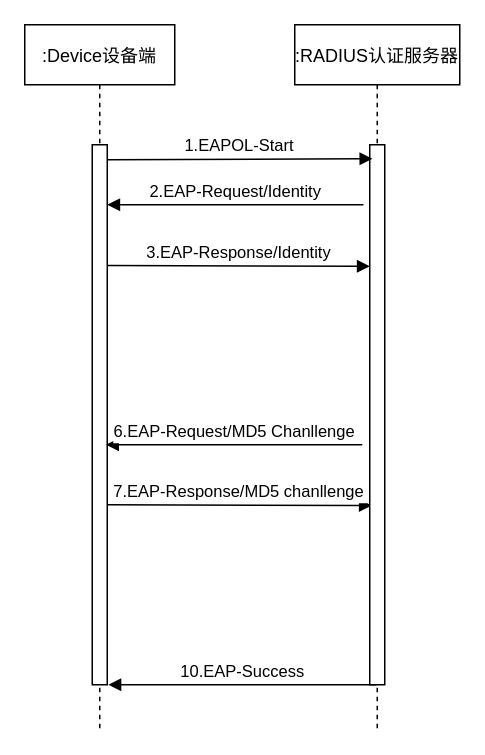
The draw.io diagram 计费报文流程图.drawio in PATORITU/PATORITU, before the edit. Source tidied: cells renumbered, new cells numbered last; positions are measured from the earlier drawing's top-left corner, leaving out a move shared by most shapes. Both pictures are drawn from the tidied source at 150%, with x=0, y=0 at pixel (24, 24).
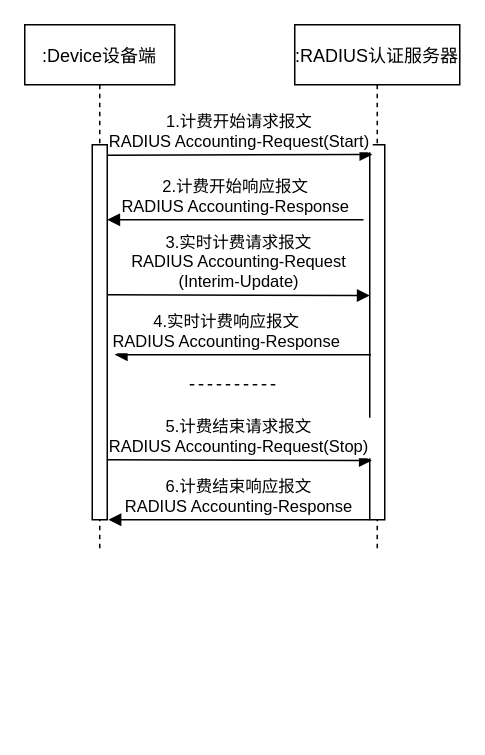
The same page after the edit.

Commit message:
更新计费报文流程图.drawio

The edit, as a diff of the source:
```diff
@@
 <mxGraphModel>
   <root>
     <mxCell id="0" />
     <mxCell id="1" parent="0" />
     <mxCell id="2" value=":Device设备端" style="shape=umlLifeline;perimeter=lifelinePerimeter;rounded=0;shadow=0;strokeWidth=1;" parent="1" vertex="1">
-      <mxGeometry width="100" height="470" as="geometry" />
+      <mxGeometry width="100" height="350" as="geometry" />
     </mxCell>
     <mxCell id="3" style="points=[];perimeter=orthogonalPerimeter;rounded=0;shadow=0;strokeWidth=1;" parent="2" vertex="1">
-      <mxGeometry x="45" y="80" width="10" height="360" as="geometry" />
+      <mxGeometry x="45" y="80" width="10" height="250" as="geometry" />
     </mxCell>
-    <mxCell id="4" value="6.EAP-Request/MD5 Chanllenge" style="verticalAlign=bottom;endArrow=block;shadow=0;strokeWidth=1;exitX=0.083;exitY=0.364;exitDx=0;exitDy=0;exitPerimeter=0;" parent="2" edge="1">
-      <mxGeometry relative="1" as="geometry">
-        <mxPoint x="225" y="280" as="sourcePoint" />
-        <mxPoint x="54.2" y="280" as="targetPoint" />
-      </mxGeometry>
-    </mxCell>
-    <mxCell id="5" value="7.EAP-Response/MD5 chanllenge" style="verticalAlign=bottom;endArrow=block;shadow=0;strokeWidth=1;entryX=0.137;entryY=0.668;entryDx=0;entryDy=0;entryPerimeter=0;" parent="2" edge="1" target="7">
-      <mxGeometry relative="1" as="geometry">
-        <mxPoint x="55" y="320" as="sourcePoint" />
-      </mxGeometry>
-    </mxCell>
     <mxCell id="6" value=":RADIUS认证服务器" style="shape=umlLifeline;perimeter=lifelinePerimeter;rounded=0;shadow=0;strokeWidth=1;" parent="1" vertex="1">
-      <mxGeometry x="180" width="110" height="470" as="geometry" />
+      <mxGeometry x="180" width="110" height="350" as="geometry" />
     </mxCell>
     <mxCell id="7" style="points=[];perimeter=orthogonalPerimeter;rounded=0;shadow=0;strokeWidth=1;" parent="6" vertex="1">
-      <mxGeometry x="50" y="80" width="10" height="360" as="geometry" />
+      <mxGeometry x="50" y="80" width="10" height="250" as="geometry" />
     </mxCell>
-    <mxCell id="8" value="3.EAP-Response/Identity" style="verticalAlign=bottom;endArrow=block;shadow=0;strokeWidth=1;" parent="6" edge="1">
-      <mxGeometry relative="1" as="geometry">
-        <mxPoint x="-125" y="160.5" as="sourcePoint" />
-        <mxPoint x="50" y="161" as="targetPoint" />
-      </mxGeometry>
-    </mxCell>
-    <mxCell id="9" value="1.EAPOL-Start" style="verticalAlign=bottom;endArrow=block;entryX=0.175;entryY=0.026;shadow=0;strokeWidth=1;exitX=1.032;exitY=0.028;exitDx=0;exitDy=0;exitPerimeter=0;entryDx=0;entryDy=0;entryPerimeter=0;" parent="1" edge="1" source="3" target="7">
+    <mxCell id="9" value="1.计费开始请求报文&#10;RADIUS Accounting-Request(Start)" style="verticalAlign=bottom;endArrow=block;entryX=0.175;entryY=0.026;shadow=0;strokeWidth=1;exitX=1.032;exitY=0.028;exitDx=0;exitDy=0;exitPerimeter=0;entryDx=0;entryDy=0;entryPerimeter=0;" parent="1" edge="1" source="3" target="7">
       <mxGeometry relative="1" as="geometry" />
     </mxCell>
-    <mxCell id="10" value="2.EAP-Request/Identity" style="verticalAlign=bottom;endArrow=block;shadow=0;strokeWidth=1;exitX=0.083;exitY=0.364;exitDx=0;exitDy=0;exitPerimeter=0;" parent="1" edge="1">
+    <mxCell id="10" value="2.计费开始响应报文&#10;RADIUS Accounting-Response" style="verticalAlign=bottom;endArrow=block;shadow=0;strokeWidth=1;exitX=0.083;exitY=0.364;exitDx=0;exitDy=0;exitPerimeter=0;" parent="1" edge="1">
       <mxGeometry relative="1" as="geometry">
-        <mxPoint x="225.8" y="120" as="sourcePoint" />
-        <mxPoint x="55" y="120" as="targetPoint" />
+        <mxPoint x="225.8" y="130" as="sourcePoint" />
+        <mxPoint x="55" y="130" as="targetPoint" />
       </mxGeometry>
     </mxCell>
-    <mxCell id="11" value="10.EAP-Success" style="verticalAlign=bottom;endArrow=block;shadow=0;strokeWidth=1;entryX=1.076;entryY=1;entryDx=0;entryDy=0;entryPerimeter=0;" parent="1" edge="1" source="6" target="3">
-      <mxGeometry relative="1" as="geometry" />
+    <mxCell id="11" value="6.计费结束响应报文&#10;RADIUS Accounting-Response" style="verticalAlign=bottom;endArrow=block;shadow=0;strokeWidth=1;entryX=1.076;entryY=1;entryDx=0;entryDy=0;entryPerimeter=0;" parent="1" edge="1">
+      <mxGeometry relative="1" as="geometry">
+        <mxPoint x="230" y="330" as="sourcePoint" />
+        <mxPoint x="55.8" y="330" as="targetPoint" />
+      </mxGeometry>
     </mxCell>
+    <mxCell id="4" value="4.实时计费响应报文&#10;RADIUS Accounting-Response" style="verticalAlign=bottom;endArrow=block;shadow=0;strokeWidth=1;exitX=0.083;exitY=0.364;exitDx=0;exitDy=0;exitPerimeter=0;" parent="1" edge="1">
+      <mxGeometry x="0.12" relative="1" as="geometry">
+        <mxPoint x="230.8" y="220" as="sourcePoint" />
+        <mxPoint x="60" y="220" as="targetPoint" />
+      </mxGeometry>
+    </mxCell>
+    <mxCell id="8" value="3.实时计费请求报文&#10;RADIUS Accounting-Request&#10;(Interim-Update)" style="verticalAlign=bottom;endArrow=block;shadow=0;strokeWidth=1;" parent="1" edge="1">
+      <mxGeometry relative="1" as="geometry">
+        <mxPoint x="55" y="180" as="sourcePoint" />
+        <mxPoint x="230" y="180.5" as="targetPoint" />
+      </mxGeometry>
+    </mxCell>
+    <mxCell id="5" value="5.计费结束请求报文&#10;RADIUS Accounting-Request(Stop)" style="verticalAlign=bottom;endArrow=block;shadow=0;strokeWidth=1;entryX=0.137;entryY=0.668;entryDx=0;entryDy=0;entryPerimeter=0;" parent="1" edge="1">
+      <mxGeometry relative="1" as="geometry">
+        <mxPoint x="55" y="290" as="sourcePoint" />
+        <mxPoint x="231.4" y="290.5" as="targetPoint" />
+      </mxGeometry>
+    </mxCell>
+    <mxCell id="12" style="endArrow=none;dashed=1;html=1;rounded=0;" parent="1" edge="1">
+      <mxGeometry relative="1" as="geometry">
+        <mxPoint x="110" y="240" as="sourcePoint" />
+        <mxPoint x="170" y="240" as="targetPoint" />
+      </mxGeometry>
+    </mxCell>
   </root>
 </mxGraphModel>
```
